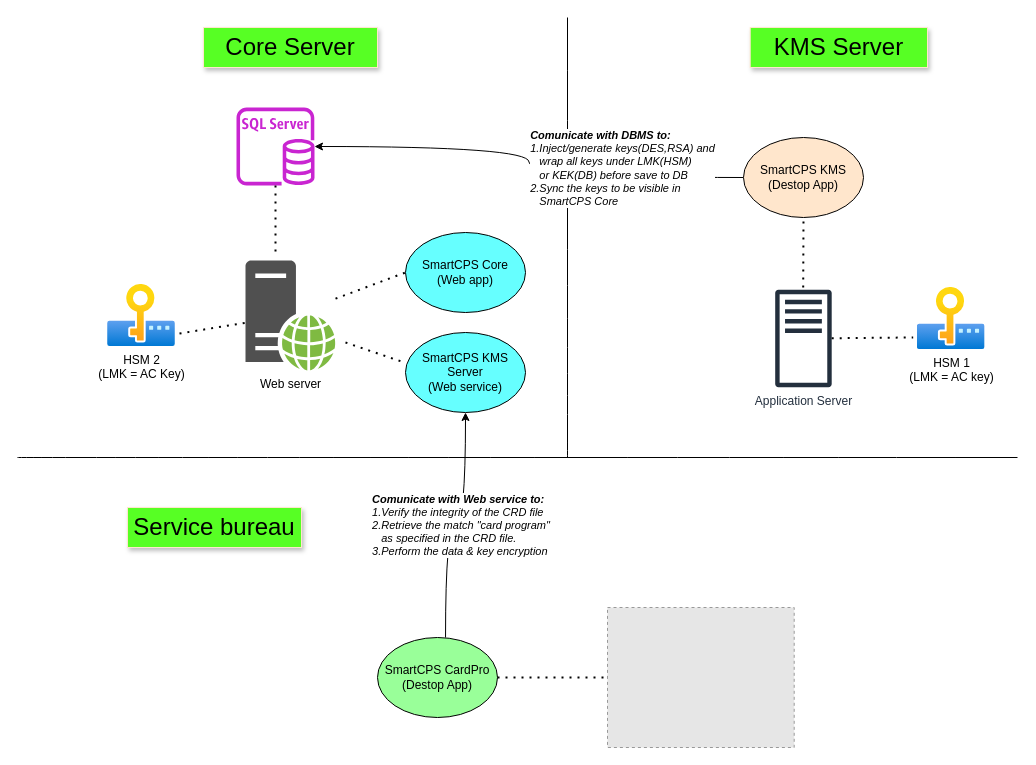
delphihero/MyDocument keeps this draw.io diagram as page "smartcps system overview" (2 of 2) of dz-perso-system.drawio. Above is the earlier version. Source tidied: cells renumbered, new cells numbered last; positions are measured from the earlier drawing's top-left corner, leaving out a move shared by most shapes. Both pictures are drawn from the tidied source at 100%, with x=0, y=0 at pixel (17, 17). Pictures stored in the file or linked from it are replaced by grey dashed boxes.
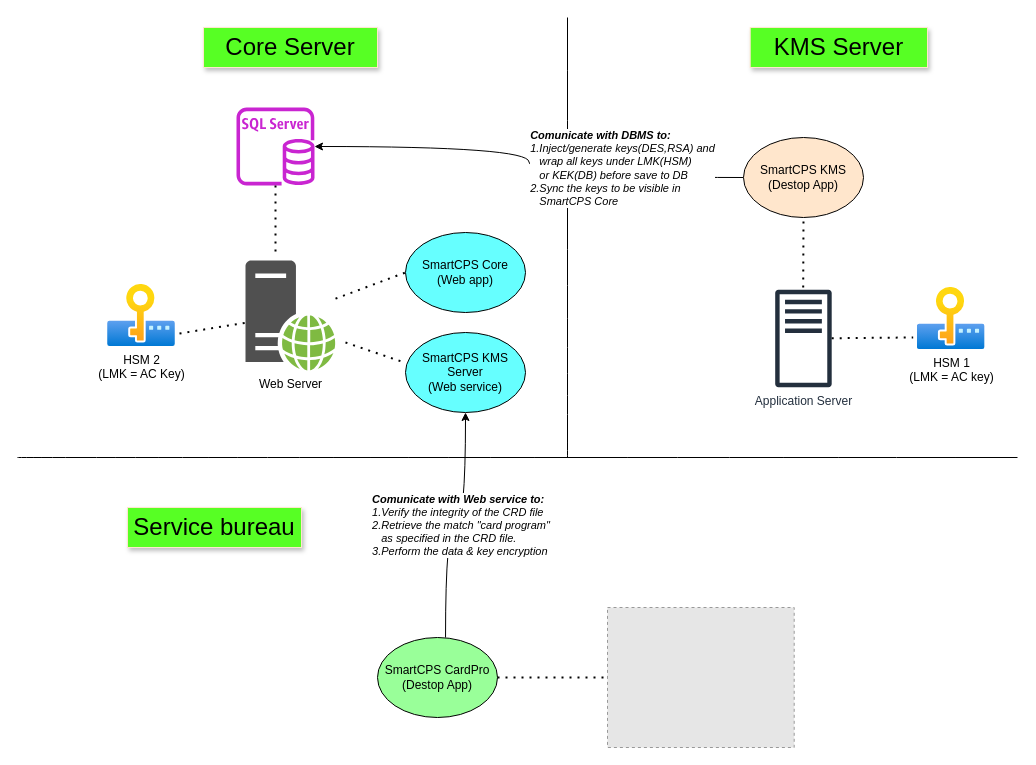
Above is the later version.

Diff of the diagram source:
```diff
@@
-    <mxCell id="14" value="Web server" style="sketch=0;shadow=0;dashed=0;html=1;strokeColor=none;fillColor=#505050;labelPosition=center;verticalLabelPosition=bottom;verticalAlign=top;outlineConnect=0;align=center;shape=mxgraph.office.servers.web_server_green;" parent="1" vertex="1">
+    <mxCell id="14" value="Web Server" style="sketch=0;shadow=0;dashed=0;html=1;strokeColor=none;fillColor=#505050;labelPosition=center;verticalLabelPosition=bottom;verticalAlign=top;outlineConnect=0;align=center;shape=mxgraph.office.servers.web_server_green;" parent="1" vertex="1">
       <mxGeometry x="228" y="243" width="90" height="110" as="geometry" />
     </mxCell>
```
